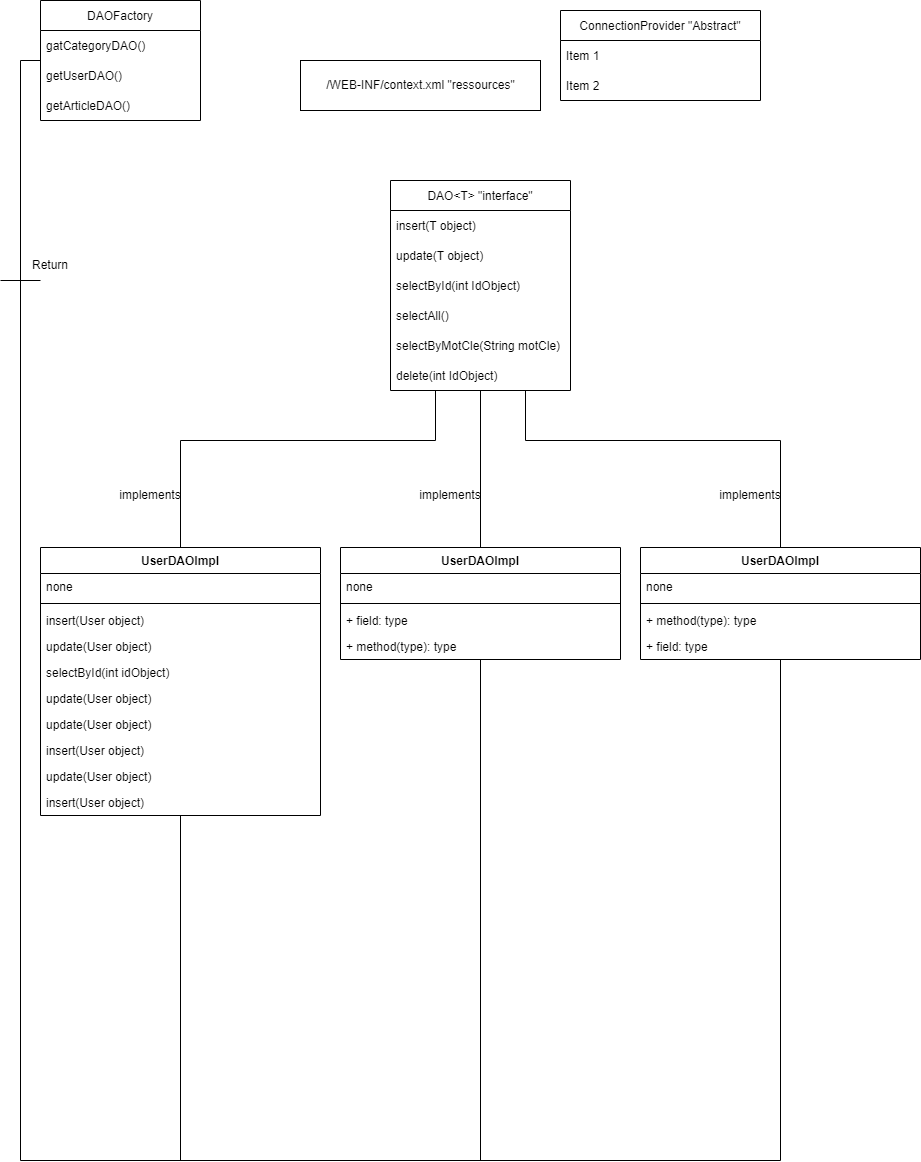
Before: Diagram/Diagram DAL.png, a diagram exported from draw.io (Deadrix/ENCHERES-ENI). Source tidied: cells renumbered, new cells last; positions are measured from the earlier drawing's top-left corner, leaving out a move shared by most shapes.
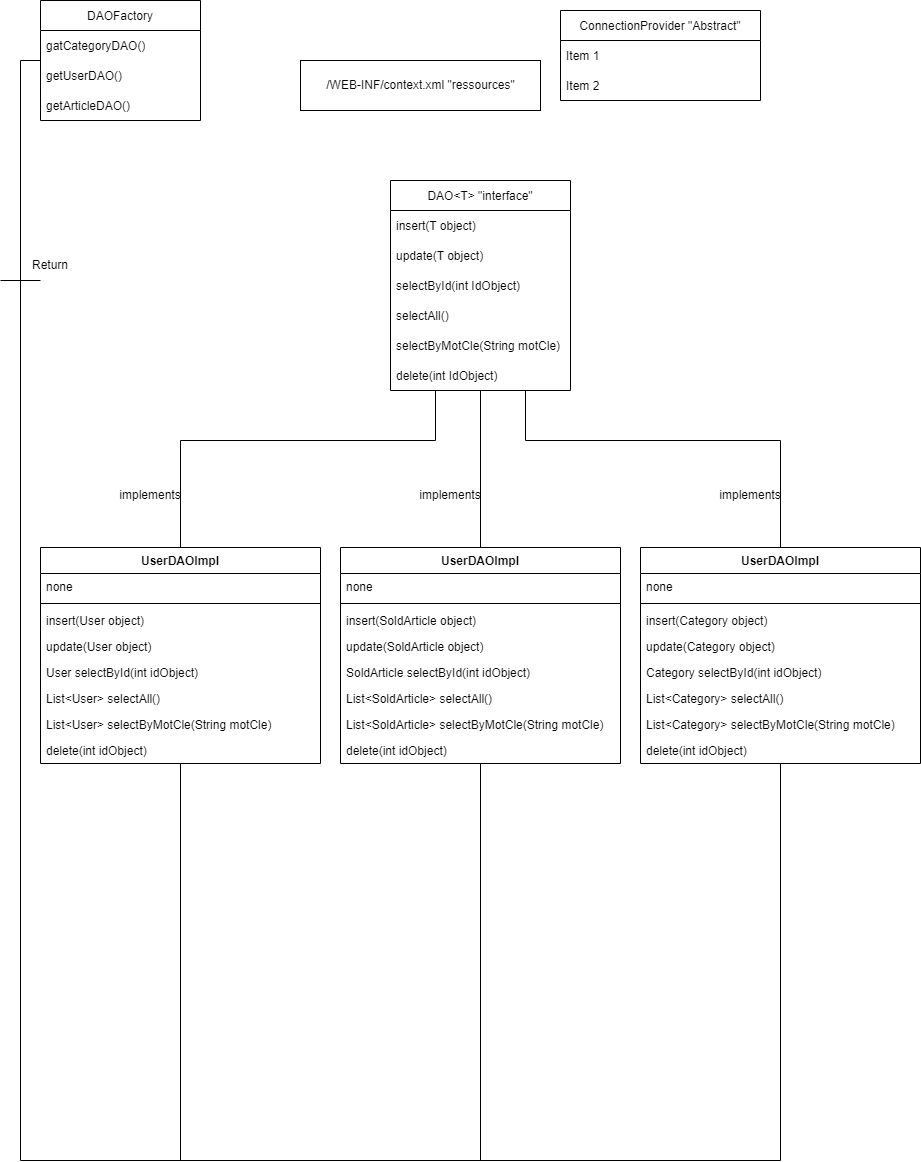
Above is the later version.

The edit, as a diff of the source:
```diff
@@ -104,7 +104,7 @@
       <mxGeometry x="300" y="60" width="240" height="50" as="geometry" />
     </mxCell>
     <mxCell id="28" value="UserDAOImpl" style="swimlane;fontStyle=1;align=center;verticalAlign=top;horizontal=1;startSize=26;" parent="1" vertex="1">
-      <mxGeometry x="40" y="547" width="280" height="268" as="geometry" />
+      <mxGeometry x="40" y="547" width="280" height="216" as="geometry" />
     </mxCell>
     <mxCell id="29" value="none" style="text;strokeColor=none;fillColor=none;align=left;verticalAlign=top;spacingLeft=4;spacingRight=4;overflow=hidden;" parent="28" vertex="1">
       <mxGeometry y="26" width="280" height="26" as="geometry" />
@@ -118,26 +118,20 @@
     <mxCell id="32" value="update(User object)" style="text;strokeColor=none;fillColor=none;align=left;verticalAlign=top;spacingLeft=4;spacingRight=4;overflow=hidden;" parent="28" vertex="1">
       <mxGeometry y="86" width="280" height="26" as="geometry" />
     </mxCell>
-    <mxCell id="33" value="selectById(int idObject)" style="text;strokeColor=none;fillColor=none;align=left;verticalAlign=top;spacingLeft=4;spacingRight=4;overflow=hidden;" parent="28" vertex="1">
+    <mxCell id="33" value="User selectById(int idObject)" style="text;strokeColor=none;fillColor=none;align=left;verticalAlign=top;spacingLeft=4;spacingRight=4;overflow=hidden;" parent="28" vertex="1">
       <mxGeometry y="112" width="280" height="26" as="geometry" />
     </mxCell>
-    <mxCell id="34" value="update(User object)" style="text;strokeColor=none;fillColor=none;align=left;verticalAlign=top;spacingLeft=4;spacingRight=4;overflow=hidden;" parent="28" vertex="1">
+    <mxCell id="34" value="List&lt;User&gt; selectAll()" style="text;strokeColor=none;fillColor=none;align=left;verticalAlign=top;spacingLeft=4;spacingRight=4;overflow=hidden;" parent="28" vertex="1">
       <mxGeometry y="138" width="280" height="26" as="geometry" />
     </mxCell>
-    <mxCell id="35" value="update(User object)" style="text;strokeColor=none;fillColor=none;align=left;verticalAlign=top;spacingLeft=4;spacingRight=4;overflow=hidden;" parent="28" vertex="1">
+    <mxCell id="35" value="List&lt;User&gt; selectByMotCle(String motCle)" style="text;strokeColor=none;fillColor=none;align=left;verticalAlign=top;spacingLeft=4;spacingRight=4;overflow=hidden;" parent="28" vertex="1">
       <mxGeometry y="164" width="280" height="26" as="geometry" />
     </mxCell>
-    <mxCell id="36" value="insert(User object)" style="text;strokeColor=none;fillColor=none;align=left;verticalAlign=top;spacingLeft=4;spacingRight=4;overflow=hidden;" parent="28" vertex="1">
+    <mxCell id="36" value="delete(int idObject)" style="text;strokeColor=none;fillColor=none;align=left;verticalAlign=top;spacingLeft=4;spacingRight=4;overflow=hidden;" parent="28" vertex="1">
       <mxGeometry y="190" width="280" height="26" as="geometry" />
     </mxCell>
-    <mxCell id="37" value="update(User object)" style="text;strokeColor=none;fillColor=none;align=left;verticalAlign=top;spacingLeft=4;spacingRight=4;overflow=hidden;" parent="28" vertex="1">
-      <mxGeometry y="216" width="280" height="26" as="geometry" />
-    </mxCell>
-    <mxCell id="38" value="insert(User object)" style="text;strokeColor=none;fillColor=none;align=left;verticalAlign=top;spacingLeft=4;spacingRight=4;overflow=hidden;" parent="28" vertex="1">
-      <mxGeometry y="242" width="280" height="26" as="geometry" />
-    </mxCell>
     <mxCell id="39" value="UserDAOImpl" style="swimlane;fontStyle=1;align=center;verticalAlign=top;horizontal=1;startSize=26;" parent="1" vertex="1">
-      <mxGeometry x="340" y="547" width="280" height="112" as="geometry" />
+      <mxGeometry x="340" y="547" width="280" height="216" as="geometry" />
     </mxCell>
     <mxCell id="40" value="none" style="text;strokeColor=none;fillColor=none;align=left;verticalAlign=top;spacingLeft=4;spacingRight=4;overflow=hidden;" parent="39" vertex="1">
       <mxGeometry y="26" width="280" height="26" as="geometry" />
@@ -145,14 +139,26 @@
     <mxCell id="41" style="line;strokeWidth=1;fillColor=none;align=left;verticalAlign=middle;spacingTop=-1;spacingLeft=3;spacingRight=3;labelPosition=right;" parent="39" vertex="1">
       <mxGeometry y="52" width="280" height="8" as="geometry" />
     </mxCell>
-    <mxCell id="42" value="+ field: type" style="text;strokeColor=none;fillColor=none;align=left;verticalAlign=top;spacingLeft=4;spacingRight=4;overflow=hidden;" parent="39" vertex="1">
-      <mxGeometry y="60" width="280" height="26" as="geometry" />
-    </mxCell>
-    <mxCell id="43" value="+ method(type): type" style="text;strokeColor=none;fillColor=none;align=left;verticalAlign=top;spacingLeft=4;spacingRight=4;overflow=hidden;" parent="39" vertex="1">
-      <mxGeometry y="86" width="280" height="26" as="geometry" />
-    </mxCell>
+    <mxCell id="49" value="insert(SoldArticle object)" style="text;strokeColor=none;fillColor=none;align=left;verticalAlign=top;spacingLeft=4;spacingRight=4;overflow=hidden;" parent="39" vertex="1">
+      <mxGeometry y="60" width="280" height="26" as="geometry" />
+    </mxCell>
+    <mxCell id="50" value="update(SoldArticle object)" style="text;strokeColor=none;fillColor=none;align=left;verticalAlign=top;spacingLeft=4;spacingRight=4;overflow=hidden;" parent="39" vertex="1">
+      <mxGeometry y="86" width="280" height="26" as="geometry" />
+    </mxCell>
+    <mxCell id="51" value="SoldArticle selectById(int idObject)" style="text;strokeColor=none;fillColor=none;align=left;verticalAlign=top;spacingLeft=4;spacingRight=4;overflow=hidden;" parent="39" vertex="1">
+      <mxGeometry y="112" width="280" height="26" as="geometry" />
+    </mxCell>
+    <mxCell id="52" value="List&lt;SoldArticle&gt; selectAll()" style="text;strokeColor=none;fillColor=none;align=left;verticalAlign=top;spacingLeft=4;spacingRight=4;overflow=hidden;" parent="39" vertex="1">
+      <mxGeometry y="138" width="280" height="26" as="geometry" />
+    </mxCell>
+    <mxCell id="53" value="List&lt;SoldArticle&gt; selectByMotCle(String motCle)" style="text;strokeColor=none;fillColor=none;align=left;verticalAlign=top;spacingLeft=4;spacingRight=4;overflow=hidden;" parent="39" vertex="1">
+      <mxGeometry y="164" width="280" height="26" as="geometry" />
+    </mxCell>
+    <mxCell id="54" value="delete(int idObject)" style="text;strokeColor=none;fillColor=none;align=left;verticalAlign=top;spacingLeft=4;spacingRight=4;overflow=hidden;" parent="39" vertex="1">
+      <mxGeometry y="190" width="280" height="26" as="geometry" />
+    </mxCell>
     <mxCell id="44" value="UserDAOImpl" style="swimlane;fontStyle=1;align=center;verticalAlign=top;horizontal=1;startSize=26;" parent="1" vertex="1">
-      <mxGeometry x="640" y="547" width="280" height="112" as="geometry" />
+      <mxGeometry x="640" y="547" width="280" height="216" as="geometry" />
     </mxCell>
     <mxCell id="45" value="none" style="text;strokeColor=none;fillColor=none;align=left;verticalAlign=top;spacingLeft=4;spacingRight=4;overflow=hidden;" parent="44" vertex="1">
       <mxGeometry y="26" width="280" height="26" as="geometry" />
@@ -160,11 +166,23 @@
     <mxCell id="46" style="line;strokeWidth=1;fillColor=none;align=left;verticalAlign=middle;spacingTop=-1;spacingLeft=3;spacingRight=3;labelPosition=right;" parent="44" vertex="1">
       <mxGeometry y="52" width="280" height="8" as="geometry" />
     </mxCell>
-    <mxCell id="47" value="+ method(type): type" style="text;strokeColor=none;fillColor=none;align=left;verticalAlign=top;spacingLeft=4;spacingRight=4;overflow=hidden;" parent="44" vertex="1">
-      <mxGeometry y="60" width="280" height="26" as="geometry" />
-    </mxCell>
-    <mxCell id="48" value="+ field: type" style="text;strokeColor=none;fillColor=none;align=left;verticalAlign=top;spacingLeft=4;spacingRight=4;overflow=hidden;" parent="44" vertex="1">
-      <mxGeometry y="86" width="280" height="26" as="geometry" />
-    </mxCell>
+    <mxCell id="55" value="insert(Category object)" style="text;strokeColor=none;fillColor=none;align=left;verticalAlign=top;spacingLeft=4;spacingRight=4;overflow=hidden;" parent="44" vertex="1">
+      <mxGeometry y="60" width="280" height="26" as="geometry" />
+    </mxCell>
+    <mxCell id="56" value="update(Category object)" style="text;strokeColor=none;fillColor=none;align=left;verticalAlign=top;spacingLeft=4;spacingRight=4;overflow=hidden;" parent="44" vertex="1">
+      <mxGeometry y="86" width="280" height="26" as="geometry" />
+    </mxCell>
+    <mxCell id="57" value="Category selectById(int idObject)" style="text;strokeColor=none;fillColor=none;align=left;verticalAlign=top;spacingLeft=4;spacingRight=4;overflow=hidden;" parent="44" vertex="1">
+      <mxGeometry y="112" width="280" height="26" as="geometry" />
+    </mxCell>
+    <mxCell id="58" value="List&lt;Category&gt; selectAll()" style="text;strokeColor=none;fillColor=none;align=left;verticalAlign=top;spacingLeft=4;spacingRight=4;overflow=hidden;" parent="44" vertex="1">
+      <mxGeometry y="138" width="280" height="26" as="geometry" />
+    </mxCell>
+    <mxCell id="59" value="List&lt;Category&gt; selectByMotCle(String motCle)" style="text;strokeColor=none;fillColor=none;align=left;verticalAlign=top;spacingLeft=4;spacingRight=4;overflow=hidden;" parent="44" vertex="1">
+      <mxGeometry y="164" width="280" height="26" as="geometry" />
+    </mxCell>
+    <mxCell id="60" value="delete(int idObject)" style="text;strokeColor=none;fillColor=none;align=left;verticalAlign=top;spacingLeft=4;spacingRight=4;overflow=hidden;" parent="44" vertex="1">
+      <mxGeometry y="190" width="280" height="26" as="geometry" />
+    </mxCell>
   </root>
 </mxGraphModel>
```
